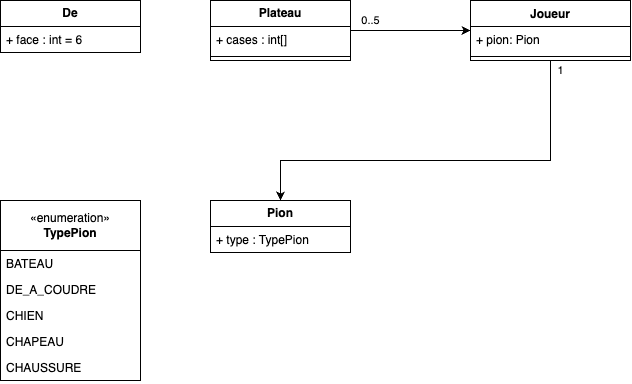
Earlier version of the draw.io export dist/iteration-1.uml.png (gmed2b/L3SINF-java-monopoly). Source tidied: cells renumbered, new cells last; positions are measured from the earlier drawing's top-left corner, leaving out a move shared by most shapes. Source of this version:
```xml
<mxGraphModel>
  <root>
    <mxCell id="0" />
    <mxCell id="1" parent="0" />
    <mxCell id="2" value="&lt;b&gt;Plateau&lt;/b&gt;" style="swimlane;fontStyle=0;horizontal=1;startSize=26;fillColor=none;whiteSpace=wrap;html=1;" parent="1" vertex="1">
      <mxGeometry x="210" width="140" height="60" as="geometry" />
    </mxCell>
    <mxCell id="3" value="+ cases : int[]" style="text;strokeColor=none;fillColor=none;align=left;verticalAlign=top;spacingLeft=4;spacingRight=4;overflow=hidden;whiteSpace=wrap;html=1;" parent="2" vertex="1">
      <mxGeometry y="26" width="140" height="26" as="geometry" />
    </mxCell>
    <mxCell id="4" style="line;strokeWidth=1;fillColor=none;align=left;verticalAlign=middle;spacingTop=-1;spacingLeft=3;spacingRight=3;labelPosition=right;strokeColor=inherit;" parent="2" vertex="1">
      <mxGeometry y="52" width="140" height="8" as="geometry" />
    </mxCell>
    <mxCell id="5" value="&lt;b&gt;Pion&lt;/b&gt;" style="swimlane;fontStyle=0;horizontal=1;startSize=26;fillColor=none;whiteSpace=wrap;html=1;" parent="1" vertex="1">
      <mxGeometry x="210" y="200" width="140" height="52" as="geometry" />
    </mxCell>
    <mxCell id="6" value="+ type : TypePion" style="text;strokeColor=none;fillColor=none;align=left;verticalAlign=top;spacingLeft=4;spacingRight=4;overflow=hidden;whiteSpace=wrap;html=1;" parent="5" vertex="1">
      <mxGeometry y="26" width="140" height="26" as="geometry" />
    </mxCell>
    <mxCell id="7" value="«enumeration»&lt;br&gt;&lt;b&gt;TypePion&lt;/b&gt;" style="swimlane;fontStyle=0;horizontal=1;startSize=50;fillColor=none;whiteSpace=wrap;html=1;" parent="1" vertex="1">
      <mxGeometry y="200" width="140" height="180" as="geometry" />
    </mxCell>
    <mxCell id="8" value="BATEAU" style="text;strokeColor=none;fillColor=none;align=left;verticalAlign=top;spacingLeft=4;spacingRight=4;overflow=hidden;points=[[0,0.5],[1,0.5]];portConstraint=eastwest;whiteSpace=wrap;html=1;" parent="7" vertex="1">
      <mxGeometry y="50" width="140" height="26" as="geometry" />
    </mxCell>
    <mxCell id="9" value="DE_A_COUDRE" style="text;strokeColor=none;fillColor=none;align=left;verticalAlign=top;spacingLeft=4;spacingRight=4;overflow=hidden;whiteSpace=wrap;html=1;" parent="7" vertex="1">
      <mxGeometry y="76" width="140" height="26" as="geometry" />
    </mxCell>
    <mxCell id="10" value="CHIEN" style="text;strokeColor=none;fillColor=none;align=left;verticalAlign=top;spacingLeft=4;spacingRight=4;overflow=hidden;whiteSpace=wrap;html=1;" parent="7" vertex="1">
      <mxGeometry y="102" width="140" height="26" as="geometry" />
    </mxCell>
    <mxCell id="11" value="CHAPEAU" style="text;strokeColor=none;fillColor=none;align=left;verticalAlign=top;spacingLeft=4;spacingRight=4;overflow=hidden;whiteSpace=wrap;html=1;" parent="7" vertex="1">
      <mxGeometry y="128" width="140" height="26" as="geometry" />
    </mxCell>
    <mxCell id="12" value="CHAUSSURE" style="text;strokeColor=none;fillColor=none;align=left;verticalAlign=top;spacingLeft=4;spacingRight=4;overflow=hidden;whiteSpace=wrap;html=1;" parent="7" vertex="1">
      <mxGeometry y="154" width="140" height="26" as="geometry" />
    </mxCell>
    <mxCell id="13" value="&lt;b&gt;De&lt;/b&gt;" style="swimlane;fontStyle=0;horizontal=1;startSize=26;fillColor=none;whiteSpace=wrap;html=1;" parent="1" vertex="1">
      <mxGeometry width="140" height="52" as="geometry" />
    </mxCell>
    <mxCell id="14" value="+ face : int = 6" style="text;strokeColor=none;fillColor=none;align=left;verticalAlign=top;spacingLeft=4;spacingRight=4;overflow=hidden;whiteSpace=wrap;html=1;" parent="13" vertex="1">
      <mxGeometry y="26" width="140" height="26" as="geometry" />
    </mxCell>
    <mxCell id="15" style="edgeStyle=orthogonalEdgeStyle;rounded=0;jettySize=auto;html=1;startArrow=classic;startFill=1;endArrow=none;endFill=0;" parent="1" edge="1" source="19" target="2">
      <mxGeometry relative="1" as="geometry" />
    </mxCell>
    <mxCell id="16" value="0..5" style="edgeLabel;html=1;align=center;verticalAlign=middle;" parent="15" vertex="1">
      <mxGeometry x="0.81" y="-2" relative="1" as="geometry">
        <mxPoint x="8" y="-8" as="offset" />
      </mxGeometry>
    </mxCell>
    <mxCell id="17" style="edgeStyle=orthogonalEdgeStyle;rounded=0;jettySize=auto;html=1;entryX=0.5;entryY=0;entryDx=0;entryDy=0;" parent="1" edge="1" source="19" target="5">
      <mxGeometry relative="1" as="geometry">
        <Array as="points">
          <mxPoint x="550" y="160" />
          <mxPoint x="280" y="160" />
        </Array>
      </mxGeometry>
    </mxCell>
    <mxCell id="18" value="1" style="edgeLabel;html=1;align=center;verticalAlign=middle;" parent="17" vertex="1">
      <mxGeometry x="-0.96" y="2" relative="1" as="geometry">
        <mxPoint x="8" y="3" as="offset" />
      </mxGeometry>
    </mxCell>
    <mxCell id="19" value="Joueur" style="swimlane;fontStyle=1;align=center;verticalAlign=top;horizontal=1;startSize=26;whiteSpace=wrap;html=1;" parent="1" vertex="1">
      <mxGeometry x="470" width="160" height="60" as="geometry" />
    </mxCell>
    <mxCell id="20" value="+ pion: Pion" style="text;strokeColor=none;fillColor=none;align=left;verticalAlign=top;spacingLeft=4;spacingRight=4;overflow=hidden;whiteSpace=wrap;html=1;" parent="19" vertex="1">
      <mxGeometry y="26" width="160" height="26" as="geometry" />
    </mxCell>
    <mxCell id="21" style="line;strokeWidth=1;fillColor=none;align=left;verticalAlign=middle;spacingTop=-1;spacingLeft=3;spacingRight=3;labelPosition=right;strokeColor=inherit;" parent="19" vertex="1">
      <mxGeometry y="52" width="160" height="8" as="geometry" />
    </mxCell>
  </root>
</mxGraphModel>
```
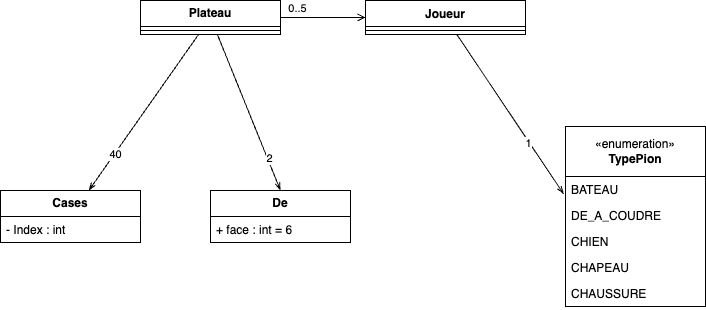
Above is the later version.

Diff of the diagram source:
```diff
@@ -2,23 +2,26 @@
   <root>
     <mxCell id="0" />
     <mxCell id="1" parent="0" />
+    <mxCell id="22" style="edgeStyle=none;html=1;entryX=0.5;entryY=0;entryDx=0;entryDy=0;startArrow=none;startFill=0;endArrow=openThin;endFill=0;" parent="1" edge="1" source="2" target="13">
+      <mxGeometry relative="1" as="geometry" />
+    </mxCell>
+    <mxCell id="23" value="2" style="edgeLabel;html=1;align=center;verticalAlign=middle;" parent="22" vertex="1">
+      <mxGeometry x="0.59" y="2" relative="1" as="geometry" />
+    </mxCell>
+    <mxCell id="24" style="edgeStyle=none;html=1;startArrow=none;startFill=0;endArrow=openThin;endFill=0;" parent="1" edge="1" source="2" target="27">
+      <mxGeometry relative="1" as="geometry" />
+    </mxCell>
+    <mxCell id="25" value="40" style="edgeLabel;html=1;align=center;verticalAlign=middle;" parent="24" vertex="1">
+      <mxGeometry x="0.53" relative="1" as="geometry" />
+    </mxCell>
     <mxCell id="2" value="&lt;b&gt;Plateau&lt;/b&gt;" style="swimlane;fontStyle=0;horizontal=1;startSize=26;fillColor=none;whiteSpace=wrap;html=1;" parent="1" vertex="1">
-      <mxGeometry x="210" width="140" height="60" as="geometry" />
+      <mxGeometry x="185" width="140" height="34" as="geometry" />
     </mxCell>
-    <mxCell id="3" value="+ cases : int[]" style="text;strokeColor=none;fillColor=none;align=left;verticalAlign=top;spacingLeft=4;spacingRight=4;overflow=hidden;whiteSpace=wrap;html=1;" parent="2" vertex="1">
-      <mxGeometry y="26" width="140" height="26" as="geometry" />
-    </mxCell>
     <mxCell id="4" style="line;strokeWidth=1;fillColor=none;align=left;verticalAlign=middle;spacingTop=-1;spacingLeft=3;spacingRight=3;labelPosition=right;strokeColor=inherit;" parent="2" vertex="1">
-      <mxGeometry y="52" width="140" height="8" as="geometry" />
+      <mxGeometry y="26" width="140" height="8" as="geometry" />
     </mxCell>
-    <mxCell id="5" value="&lt;b&gt;Pion&lt;/b&gt;" style="swimlane;fontStyle=0;horizontal=1;startSize=26;fillColor=none;whiteSpace=wrap;html=1;" parent="1" vertex="1">
-      <mxGeometry x="210" y="200" width="140" height="52" as="geometry" />
-    </mxCell>
-    <mxCell id="6" value="+ type : TypePion" style="text;strokeColor=none;fillColor=none;align=left;verticalAlign=top;spacingLeft=4;spacingRight=4;overflow=hidden;whiteSpace=wrap;html=1;" parent="5" vertex="1">
-      <mxGeometry y="26" width="140" height="26" as="geometry" />
-    </mxCell>
     <mxCell id="7" value="«enumeration»&lt;br&gt;&lt;b&gt;TypePion&lt;/b&gt;" style="swimlane;fontStyle=0;horizontal=1;startSize=50;fillColor=none;whiteSpace=wrap;html=1;" parent="1" vertex="1">
-      <mxGeometry y="200" width="140" height="180" as="geometry" />
+      <mxGeometry x="610" y="126" width="140" height="180" as="geometry" />
     </mxCell>
     <mxCell id="8" value="BATEAU" style="text;strokeColor=none;fillColor=none;align=left;verticalAlign=top;spacingLeft=4;spacingRight=4;overflow=hidden;points=[[0,0.5],[1,0.5]];portConstraint=eastwest;whiteSpace=wrap;html=1;" parent="7" vertex="1">
       <mxGeometry y="50" width="140" height="26" as="geometry" />
@@ -36,12 +39,12 @@
       <mxGeometry y="154" width="140" height="26" as="geometry" />
     </mxCell>
     <mxCell id="13" value="&lt;b&gt;De&lt;/b&gt;" style="swimlane;fontStyle=0;horizontal=1;startSize=26;fillColor=none;whiteSpace=wrap;html=1;" parent="1" vertex="1">
-      <mxGeometry width="140" height="52" as="geometry" />
+      <mxGeometry x="255" y="190" width="140" height="52" as="geometry" />
     </mxCell>
     <mxCell id="14" value="+ face : int = 6" style="text;strokeColor=none;fillColor=none;align=left;verticalAlign=top;spacingLeft=4;spacingRight=4;overflow=hidden;whiteSpace=wrap;html=1;" parent="13" vertex="1">
       <mxGeometry y="26" width="140" height="26" as="geometry" />
     </mxCell>
-    <mxCell id="15" style="edgeStyle=orthogonalEdgeStyle;rounded=0;jettySize=auto;html=1;startArrow=classic;startFill=1;endArrow=none;endFill=0;" parent="1" edge="1" source="19" target="2">
+    <mxCell id="15" style="edgeStyle=orthogonalEdgeStyle;rounded=0;jettySize=auto;html=1;startArrow=open;startFill=0;endArrow=none;endFill=0;" parent="1" edge="1" source="19" target="2">
       <mxGeometry relative="1" as="geometry" />
     </mxCell>
     <mxCell id="16" value="0..5" style="edgeLabel;html=1;align=center;verticalAlign=middle;" parent="15" vertex="1">
@@ -49,27 +52,23 @@
         <mxPoint x="8" y="-8" as="offset" />
       </mxGeometry>
     </mxCell>
-    <mxCell id="17" style="edgeStyle=orthogonalEdgeStyle;rounded=0;jettySize=auto;html=1;entryX=0.5;entryY=0;entryDx=0;entryDy=0;" parent="1" edge="1" source="19" target="5">
-      <mxGeometry relative="1" as="geometry">
-        <Array as="points">
-          <mxPoint x="550" y="160" />
-          <mxPoint x="280" y="160" />
-        </Array>
-      </mxGeometry>
-    </mxCell>
+    <mxCell id="26" style="edgeStyle=none;html=1;entryX=-0.013;entryY=0.673;entryDx=0;entryDy=0;entryPerimeter=0;startArrow=none;startFill=0;endArrow=openThin;endFill=0;" parent="1" edge="1" source="19" target="8">
+      <mxGeometry relative="1" as="geometry" />
+    </mxCell>
-    <mxCell id="18" value="1" style="edgeLabel;html=1;align=center;verticalAlign=middle;" parent="17" vertex="1">
-      <mxGeometry x="-0.96" y="2" relative="1" as="geometry">
-        <mxPoint x="8" y="3" as="offset" />
-      </mxGeometry>
+    <mxCell id="18" value="1" style="edgeLabel;html=1;align=center;verticalAlign=middle;" parent="26" vertex="1">
+      <mxGeometry x="0.36" y="-1" relative="1" as="geometry" />
     </mxCell>
     <mxCell id="19" value="Joueur" style="swimlane;fontStyle=1;align=center;verticalAlign=top;horizontal=1;startSize=26;whiteSpace=wrap;html=1;" parent="1" vertex="1">
-      <mxGeometry x="470" width="160" height="60" as="geometry" />
+      <mxGeometry x="410" width="160" height="34" as="geometry" />
     </mxCell>
-    <mxCell id="20" value="+ pion: Pion" style="text;strokeColor=none;fillColor=none;align=left;verticalAlign=top;spacingLeft=4;spacingRight=4;overflow=hidden;whiteSpace=wrap;html=1;" parent="19" vertex="1">
-      <mxGeometry y="26" width="160" height="26" as="geometry" />
-    </mxCell>
     <mxCell id="21" style="line;strokeWidth=1;fillColor=none;align=left;verticalAlign=middle;spacingTop=-1;spacingLeft=3;spacingRight=3;labelPosition=right;strokeColor=inherit;" parent="19" vertex="1">
-      <mxGeometry y="52" width="160" height="8" as="geometry" />
+      <mxGeometry y="26" width="160" height="8" as="geometry" />
     </mxCell>
+    <mxCell id="27" value="&lt;b&gt;Cases&lt;/b&gt;" style="swimlane;fontStyle=0;horizontal=1;startSize=26;fillColor=none;whiteSpace=wrap;html=1;" parent="1" vertex="1">
+      <mxGeometry x="45" y="190" width="140" height="52" as="geometry" />
+    </mxCell>
+    <mxCell id="28" value="- Index : int&lt;br&gt;" style="text;strokeColor=none;fillColor=none;align=left;verticalAlign=top;spacingLeft=4;spacingRight=4;overflow=hidden;whiteSpace=wrap;html=1;" parent="27" vertex="1">
+      <mxGeometry y="26" width="140" height="26" as="geometry" />
+    </mxCell>
   </root>
 </mxGraphModel>
```
